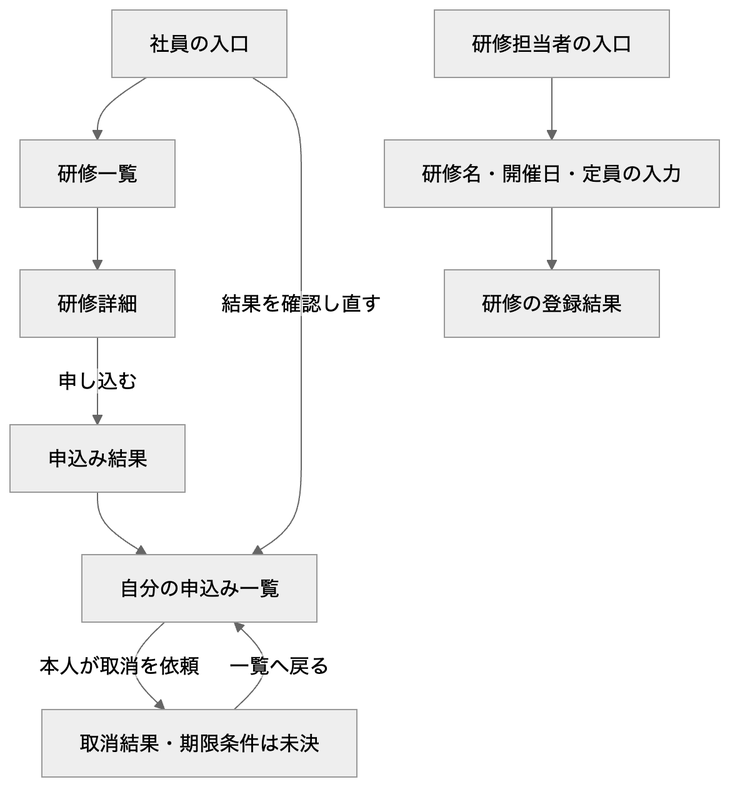
This is docs/artifacts/skills/write-basic-design-document/out/diagrams/d-04-screen.png from yukihito-jokyu/context, a Mermaid export, as it was before one commit. Its source is kept beside it as docs/artifacts/skills/write-basic-design-document/out/diagrams/d-04-screen.mmd. Source of this version:
```mermaid
flowchart TD
  employee["社員の入口"] --> list["研修一覧"]
  list --> detail["研修詳細"]
  detail -->|"申し込む"| result["申込み結果"]
  result --> own["自分の申込み一覧"]
  employee -->|"結果を確認し直す"| own
  own -->|"本人が取消を依頼"| cancel["取消結果・期限条件は未決"]
  cancel -->|"一覧へ戻る"| own
  manager["研修担当者の入口"] --> form["研修名・開催日・定員の入力"]
  form --> registered["研修の登録結果"]
```
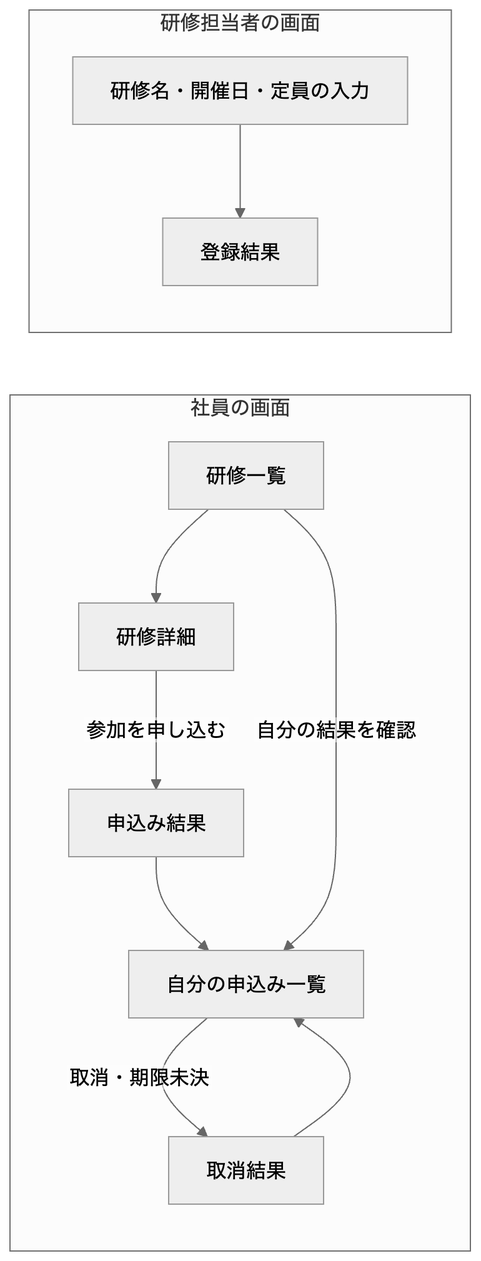
Above is the later version.

What changed in the source:
```diff
@@ -1,10 +1,12 @@
-flowchart TD
-  employee["社員の入口"] --> list["研修一覧"]
-  list --> detail["研修詳細"]
-  detail -->|"申し込む"| result["申込み結果"]
-  result --> own["自分の申込み一覧"]
-  employee -->|"結果を確認し直す"| own
-  own -->|"本人が取消を依頼"| cancel["取消結果・期限条件は未決"]
-  cancel -->|"一覧へ戻る"| own
-  manager["研修担当者の入口"] --> form["研修名・開催日・定員の入力"]
-  form --> registered["研修の登録結果"]
+flowchart LR
+  subgraph employee["社員の画面"]
+    list["研修一覧"] --> detail["研修詳細"]
+    detail -->|"参加を申し込む"| result["申込み結果"]
+    result --> own["自分の申込み一覧"]
+    list -->|"自分の結果を確認"| own
+    own -->|"取消・期限未決"| cancelled["取消結果"]
+    cancelled --> own
+  end
+  subgraph manager["研修担当者の画面"]
+    form["研修名・開催日・定員の入力"] --> registered["登録結果"]
+  end
```
